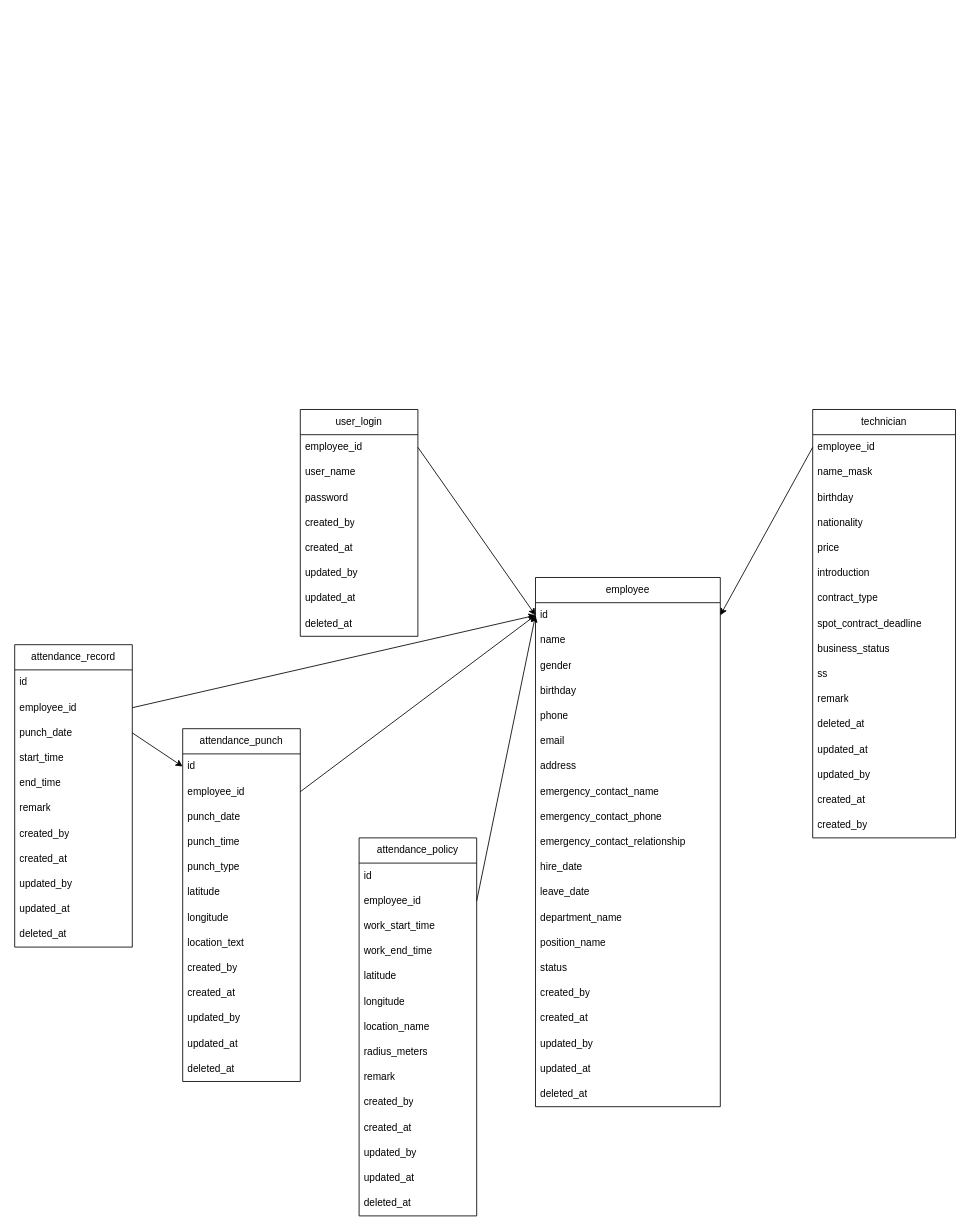
Earlier version of the draw.io diagram ER.drawio (s1991721/MatchSys). Source tidied: cells renumbered, new cells numbered last; positions are measured from the earlier drawing's top-left corner, leaving out a move shared by most shapes. Both pictures are drawn from the tidied source at 84%, with x=0, y=0 at pixel (14, 409).
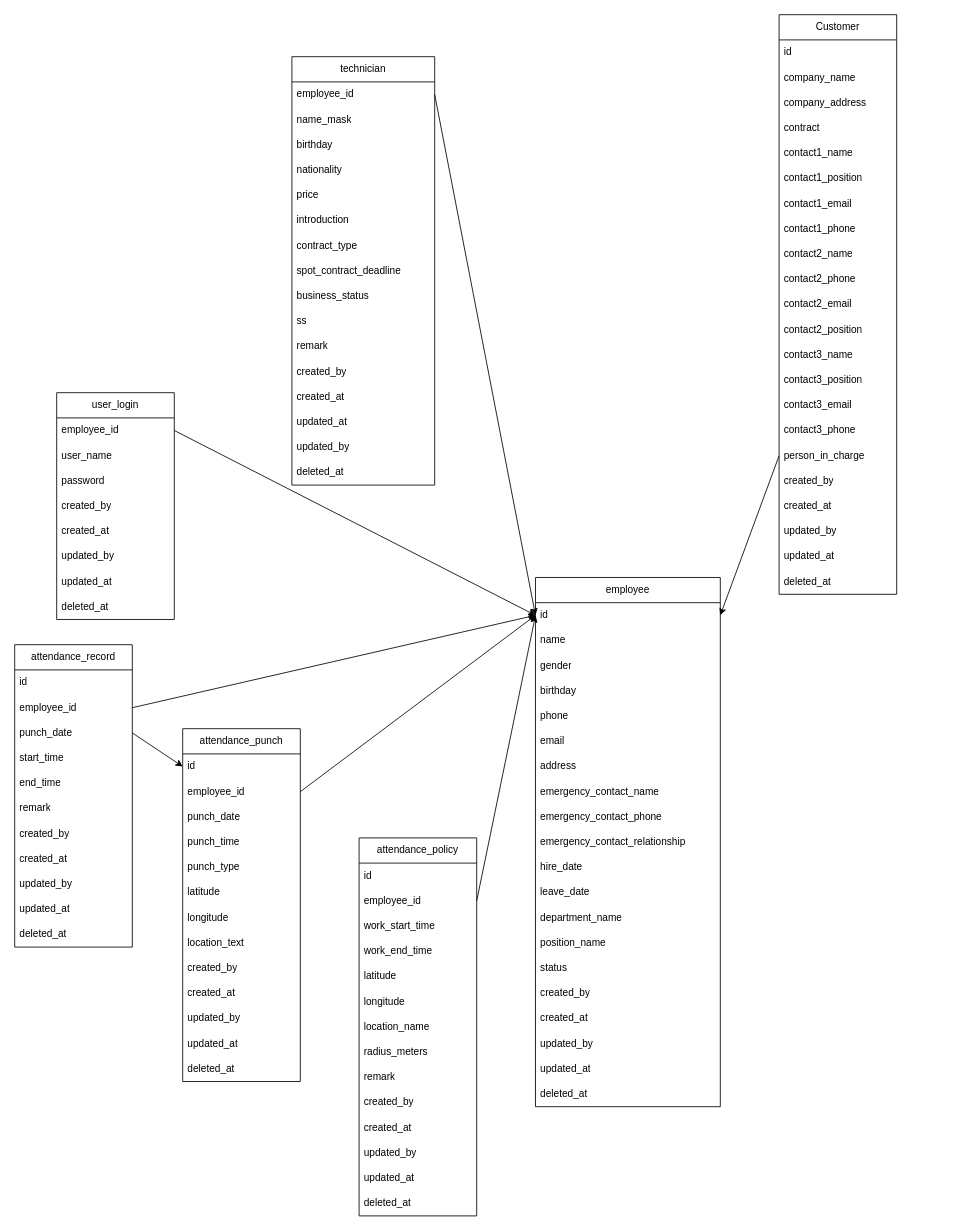
The same page after the edit.

Unchanged cells that the change refers to:
```xml
<mxCell id="12" value="id" style="text;strokeColor=none;fillColor=none;align=left;verticalAlign=middle;spacingLeft=4;spacingRight=4;overflow=hidden;points=[[0,0.5],[1,0.5]];portConstraint=eastwest;whiteSpace=wrap;html=1;" parent="11" vertex="1">
  <mxGeometry y="30" width="220" height="30" as="geometry" />
</mxCell>
<mxCell id="33" value="&lt;span style=&quot;text-align: center;&quot;&gt;employee_&lt;/span&gt;id" style="text;strokeColor=none;fillColor=none;align=left;verticalAlign=middle;spacingLeft=4;spacingRight=4;overflow=hidden;points=[[0,0.5],[1,0.5]];portConstraint=eastwest;whiteSpace=wrap;html=1;" parent="32" vertex="1">
  <mxGeometry y="30" width="170" height="30" as="geometry" />
</mxCell>
```

What changed in the source:
```diff
@@
     <mxCell id="2" value="user_login" style="swimlane;fontStyle=0;horizontal=1;startSize=30;whiteSpace=wrap;html=1;" parent="1" vertex="1">
-      <mxGeometry x="340" width="140" height="270" as="geometry" />
+      <mxGeometry x="50" y="-20" width="140" height="270" as="geometry" />
     </mxCell>
@@
     <mxCell id="32" value="technician" style="swimlane;fontStyle=0;horizontal=1;startSize=30;whiteSpace=wrap;html=1;" parent="1" vertex="1">
-      <mxGeometry x="950" width="170" height="510" as="geometry" />
+      <mxGeometry x="330" y="-420" width="170" height="510" as="geometry" />
     </mxCell>
@@
-    <mxCell id="44" value="deleted_at" style="text;strokeColor=none;fillColor=none;align=left;verticalAlign=middle;spacingLeft=4;spacingRight=4;overflow=hidden;whiteSpace=wrap;html=1;" parent="32" vertex="1">
-      <mxGeometry y="360" width="170" height="30" as="geometry" />
-    </mxCell>
+    <mxCell id="48" value="created_by" style="text;strokeColor=none;fillColor=none;align=left;verticalAlign=middle;spacingLeft=4;spacingRight=4;overflow=hidden;whiteSpace=wrap;html=1;" parent="32" vertex="1">
+      <mxGeometry y="360" width="170" height="30" as="geometry" />
+    </mxCell>
+    <mxCell id="47" value="created_at" style="text;strokeColor=none;fillColor=none;align=left;verticalAlign=middle;spacingLeft=4;spacingRight=4;overflow=hidden;whiteSpace=wrap;html=1;" parent="32" vertex="1">
+      <mxGeometry y="390" width="170" height="30" as="geometry" />
+    </mxCell>
     <mxCell id="45" value="updated_at" style="text;strokeColor=none;fillColor=none;align=left;verticalAlign=middle;spacingLeft=4;spacingRight=4;overflow=hidden;whiteSpace=wrap;html=1;" parent="32" vertex="1">
-      <mxGeometry y="390" width="170" height="30" as="geometry" />
+      <mxGeometry y="420" width="170" height="30" as="geometry" />
     </mxCell>
     <mxCell id="46" value="updated_by" style="text;strokeColor=none;fillColor=none;align=left;verticalAlign=middle;spacingLeft=4;spacingRight=4;overflow=hidden;whiteSpace=wrap;html=1;" parent="32" vertex="1">
-      <mxGeometry y="420" width="170" height="30" as="geometry" />
+      <mxGeometry y="450" width="170" height="30" as="geometry" />
     </mxCell>
-    <mxCell id="47" value="created_at" style="text;strokeColor=none;fillColor=none;align=left;verticalAlign=middle;spacingLeft=4;spacingRight=4;overflow=hidden;whiteSpace=wrap;html=1;" parent="32" vertex="1">
-      <mxGeometry y="450" width="170" height="30" as="geometry" />
-    </mxCell>
-    <mxCell id="48" value="created_by" style="text;strokeColor=none;fillColor=none;align=left;verticalAlign=middle;spacingLeft=4;spacingRight=4;overflow=hidden;whiteSpace=wrap;html=1;" parent="32" vertex="1">
-      <mxGeometry y="480" width="170" height="30" as="geometry" />
-    </mxCell>
+    <mxCell id="44" value="deleted_at" style="text;strokeColor=none;fillColor=none;align=left;verticalAlign=middle;spacingLeft=4;spacingRight=4;overflow=hidden;whiteSpace=wrap;html=1;" parent="32" vertex="1">
+      <mxGeometry y="480" width="170" height="30" as="geometry" />
+    </mxCell>
@@
-    <mxCell id="50" style="rounded=0;jettySize=auto;html=1;exitX=0;exitY=0.5;exitDx=0;exitDy=0;entryX=1;entryY=0.5;entryDx=0;entryDy=0;" parent="1" edge="1" source="33" target="12">
+    <mxCell id="50" style="rounded=0;jettySize=auto;html=1;exitX=1;exitY=0.5;exitDx=0;exitDy=0;entryX=0;entryY=0.5;entryDx=0;entryDy=0;" parent="1" edge="1" source="33" target="12">
       <mxGeometry relative="1" as="geometry" />
     </mxCell>
@@
+    <mxCell id="96" value="Customer" style="swimlane;fontStyle=0;horizontal=1;startSize=30;whiteSpace=wrap;html=1;" parent="1" vertex="1">
+      <mxGeometry x="910" y="-470" width="140" height="690" as="geometry" />
+    </mxCell>
+    <mxCell id="97" value="id" style="text;strokeColor=none;fillColor=none;align=left;verticalAlign=middle;spacingLeft=4;spacingRight=4;overflow=hidden;whiteSpace=wrap;html=1;" parent="96" vertex="1">
+      <mxGeometry y="30" width="140" height="30" as="geometry" />
+    </mxCell>
+    <mxCell id="98" value="company_name" style="text;strokeColor=none;fillColor=none;align=left;verticalAlign=middle;spacingLeft=4;spacingRight=4;overflow=hidden;whiteSpace=wrap;html=1;" parent="96" vertex="1">
+      <mxGeometry y="60" width="140" height="30" as="geometry" />
+    </mxCell>
+    <mxCell id="99" value="company_address" style="text;strokeColor=none;fillColor=none;align=left;verticalAlign=middle;spacingLeft=4;spacingRight=4;overflow=hidden;whiteSpace=wrap;html=1;" parent="96" vertex="1">
+      <mxGeometry y="90" width="140" height="30" as="geometry" />
+    </mxCell>
+    <mxCell id="100" value="contract" style="text;strokeColor=none;fillColor=none;align=left;verticalAlign=middle;spacingLeft=4;spacingRight=4;overflow=hidden;whiteSpace=wrap;html=1;" parent="96" vertex="1">
+      <mxGeometry y="120" width="140" height="30" as="geometry" />
+    </mxCell>
+    <mxCell id="101" value="contact1_name" style="text;strokeColor=none;fillColor=none;align=left;verticalAlign=middle;spacingLeft=4;spacingRight=4;overflow=hidden;whiteSpace=wrap;html=1;" parent="96" vertex="1">
+      <mxGeometry y="150" width="140" height="30" as="geometry" />
+    </mxCell>
+    <mxCell id="102" value="contact1_position" style="text;strokeColor=none;fillColor=none;align=left;verticalAlign=middle;spacingLeft=4;spacingRight=4;overflow=hidden;whiteSpace=wrap;html=1;" parent="96" vertex="1">
+      <mxGeometry y="180" width="140" height="30" as="geometry" />
+    </mxCell>
+    <mxCell id="103" value="contact1_email" style="text;strokeColor=none;fillColor=none;align=left;verticalAlign=middle;spacingLeft=4;spacingRight=4;overflow=hidden;whiteSpace=wrap;html=1;" parent="96" vertex="1">
+      <mxGeometry y="210" width="140" height="30" as="geometry" />
+    </mxCell>
+    <mxCell id="104" value="contact1_phone" style="text;strokeColor=none;fillColor=none;align=left;verticalAlign=middle;spacingLeft=4;spacingRight=4;overflow=hidden;whiteSpace=wrap;html=1;" parent="96" vertex="1">
+      <mxGeometry y="240" width="140" height="30" as="geometry" />
+    </mxCell>
+    <mxCell id="105" value="contact2_name" style="text;strokeColor=none;fillColor=none;align=left;verticalAlign=middle;spacingLeft=4;spacingRight=4;overflow=hidden;whiteSpace=wrap;html=1;" parent="96" vertex="1">
+      <mxGeometry y="270" width="140" height="30" as="geometry" />
+    </mxCell>
+    <mxCell id="106" value="contact2_phone" style="text;strokeColor=none;fillColor=none;align=left;verticalAlign=middle;spacingLeft=4;spacingRight=4;overflow=hidden;whiteSpace=wrap;html=1;" parent="96" vertex="1">
+      <mxGeometry y="300" width="140" height="30" as="geometry" />
+    </mxCell>
+    <mxCell id="107" value="contact2_email" style="text;strokeColor=none;fillColor=none;align=left;verticalAlign=middle;spacingLeft=4;spacingRight=4;overflow=hidden;whiteSpace=wrap;html=1;" parent="96" vertex="1">
+      <mxGeometry y="330" width="140" height="30" as="geometry" />
+    </mxCell>
+    <mxCell id="108" value="contact2_position" style="text;strokeColor=none;fillColor=none;align=left;verticalAlign=middle;spacingLeft=4;spacingRight=4;overflow=hidden;whiteSpace=wrap;html=1;" parent="96" vertex="1">
+      <mxGeometry y="360" width="140" height="30" as="geometry" />
+    </mxCell>
+    <mxCell id="109" value="contact3_name" style="text;strokeColor=none;fillColor=none;align=left;verticalAlign=middle;spacingLeft=4;spacingRight=4;overflow=hidden;whiteSpace=wrap;html=1;" parent="96" vertex="1">
+      <mxGeometry y="390" width="140" height="30" as="geometry" />
+    </mxCell>
+    <mxCell id="110" value="contact3_position" style="text;strokeColor=none;fillColor=none;align=left;verticalAlign=middle;spacingLeft=4;spacingRight=4;overflow=hidden;whiteSpace=wrap;html=1;" parent="96" vertex="1">
+      <mxGeometry y="420" width="140" height="30" as="geometry" />
+    </mxCell>
+    <mxCell id="111" value="contact3_email" style="text;strokeColor=none;fillColor=none;align=left;verticalAlign=middle;spacingLeft=4;spacingRight=4;overflow=hidden;whiteSpace=wrap;html=1;" parent="96" vertex="1">
+      <mxGeometry y="450" width="140" height="30" as="geometry" />
+    </mxCell>
+    <mxCell id="112" value="contact3_phone" style="text;strokeColor=none;fillColor=none;align=left;verticalAlign=middle;spacingLeft=4;spacingRight=4;overflow=hidden;whiteSpace=wrap;html=1;" parent="96" vertex="1">
+      <mxGeometry y="480" width="140" height="30" as="geometry" />
+    </mxCell>
+    <mxCell id="113" value="person_in_charge&amp;nbsp;" style="text;strokeColor=none;fillColor=none;align=left;verticalAlign=middle;spacingLeft=4;spacingRight=4;overflow=hidden;points=[[0,0.5],[1,0.5]];portConstraint=eastwest;whiteSpace=wrap;html=1;" parent="96" vertex="1">
+      <mxGeometry y="510" width="140" height="30" as="geometry" />
+    </mxCell>
+    <mxCell id="114" value="created_by" style="text;strokeColor=none;fillColor=none;align=left;verticalAlign=middle;spacingLeft=4;spacingRight=4;overflow=hidden;whiteSpace=wrap;html=1;" parent="96" vertex="1">
+      <mxGeometry y="540" width="140" height="30" as="geometry" />
+    </mxCell>
+    <mxCell id="115" value="created_at" style="text;strokeColor=none;fillColor=none;align=left;verticalAlign=middle;spacingLeft=4;spacingRight=4;overflow=hidden;whiteSpace=wrap;html=1;" parent="96" vertex="1">
+      <mxGeometry y="570" width="140" height="30" as="geometry" />
+    </mxCell>
+    <mxCell id="116" value="updated_by" style="text;strokeColor=none;fillColor=none;align=left;verticalAlign=middle;spacingLeft=4;spacingRight=4;overflow=hidden;whiteSpace=wrap;html=1;" parent="96" vertex="1">
+      <mxGeometry y="600" width="140" height="30" as="geometry" />
+    </mxCell>
+    <mxCell id="117" value="updated_at" style="text;strokeColor=none;fillColor=none;align=left;verticalAlign=middle;spacingLeft=4;spacingRight=4;overflow=hidden;whiteSpace=wrap;html=1;" parent="96" vertex="1">
+      <mxGeometry y="630" width="140" height="30" as="geometry" />
+    </mxCell>
+    <mxCell id="118" value="deleted_at" style="text;strokeColor=none;fillColor=none;align=left;verticalAlign=middle;spacingLeft=4;spacingRight=4;overflow=hidden;whiteSpace=wrap;html=1;" parent="96" vertex="1">
+      <mxGeometry y="660" width="140" height="30" as="geometry" />
+    </mxCell>
+    <mxCell id="119" style="rounded=0;jettySize=auto;html=1;exitX=0;exitY=0.5;exitDx=0;exitDy=0;entryX=1;entryY=0.5;entryDx=0;entryDy=0;" parent="1" edge="1" source="113" target="12">
+      <mxGeometry relative="1" as="geometry" />
+    </mxCell>
```
